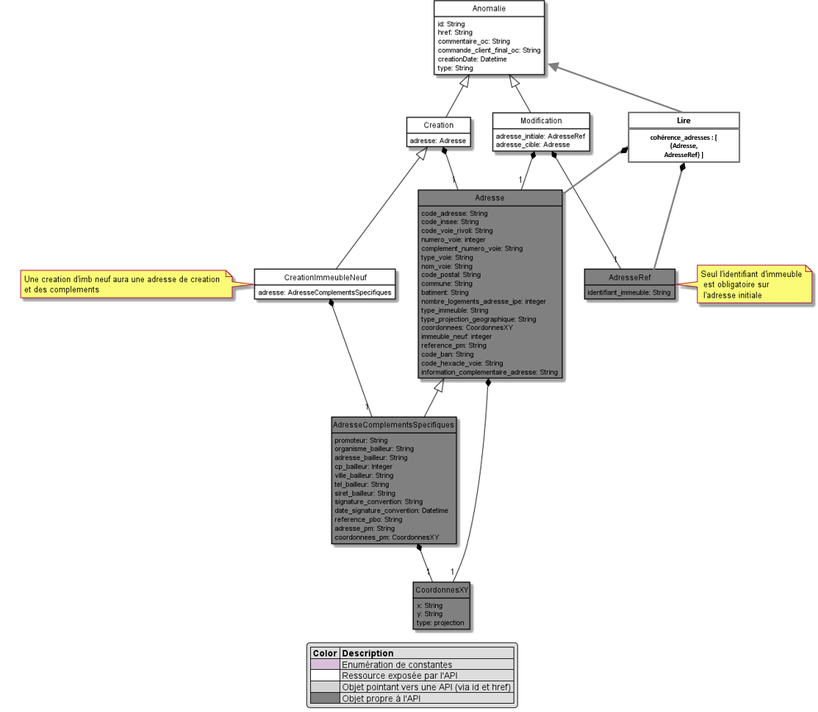
Above: image/model.png in before-interop/anomalieAdresse (PlantUML), before the change. Its source is kept beside it as model.puml.
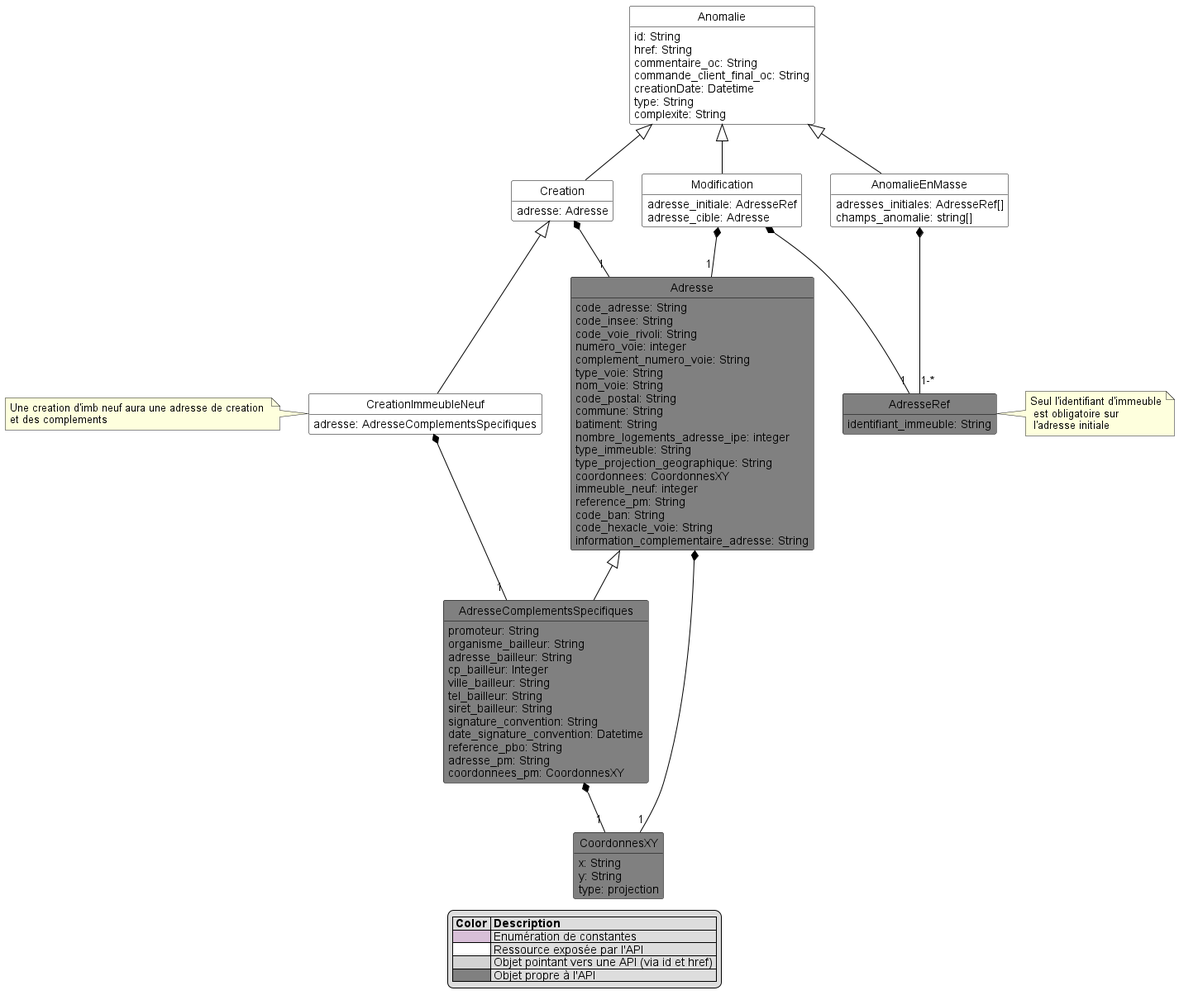
After the commit.

Commit message:
build: ajout anomalie en masse

Diff of the diagram source:
```diff
@@ -19,6 +19,7 @@
     commande_client_final_oc: String
     creationDate: Datetime
     type: String
+    complexite: String
 }
 
 class Creation <<Pivot>> {
@@ -38,9 +39,15 @@
     adresse_initiale: AdresseRef
     adresse_cible: Adresse
 }
+class AnomalieEnMasse <<Pivot>> {
+    adresses_initiales: AdresseRef[]
+    champs_anomalie: string[]
+}
 Anomalie <|-- Modification
+Anomalie <|-- AnomalieEnMasse
 Modification *-- "1" Adresse
 Modification *-- "1" AdresseRef
+AnomalieEnMasse *-- "1-*" AdresseRef
 
 class Adresse {
     code_adresse: String
```
